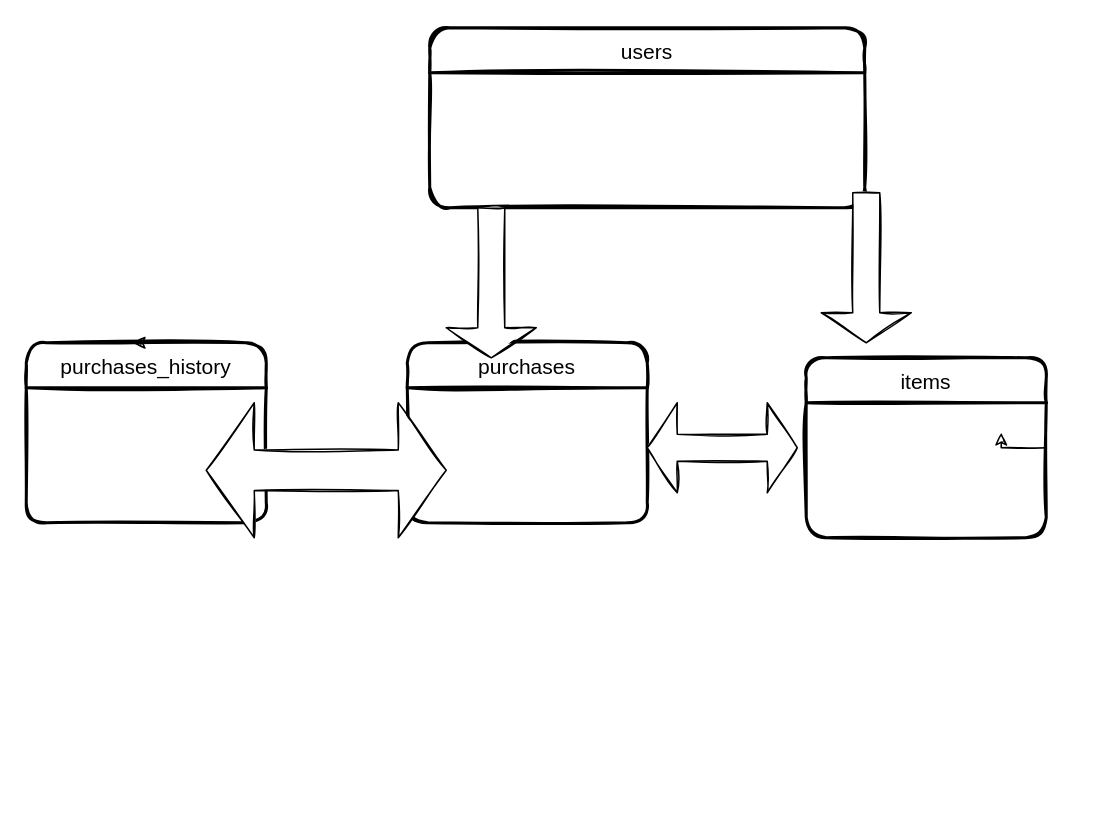
Before: furima.dio in marko-0016/furima-36405, a draw.io diagram. Source tidied: cells renumbered, new cells numbered last; positions are measured from the earlier drawing's top-left corner, leaving out a move shared by most shapes. Both pictures are drawn from the tidied source at 150%, with x=0, y=0 at pixel (26, 27).
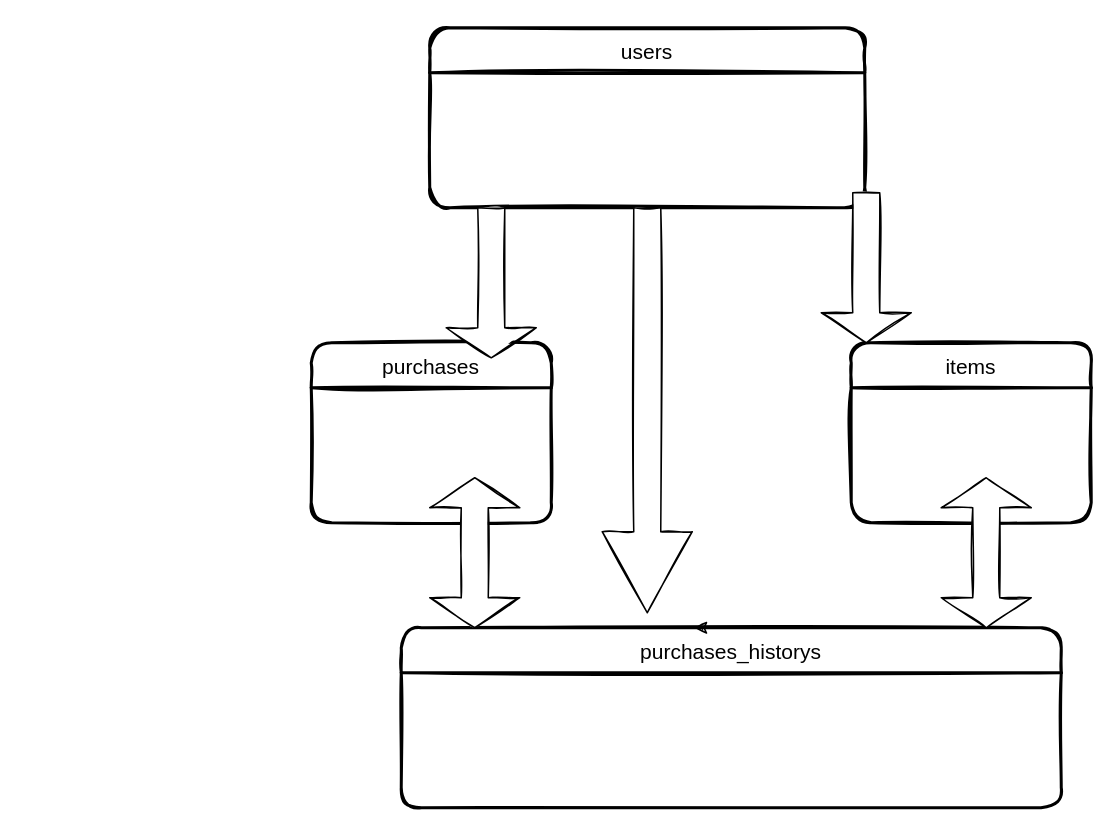
The same page after the edit.

Diff of the diagram source:
```diff
@@
 <mxGraphModel>
   <root>
     <mxCell id="0" />
     <mxCell id="1" parent="0" />
     <mxCell id="2" value="users" style="swimlane;horizontal=1;startSize=30;rounded=1;fontSize=14;fontStyle=0;strokeWidth=2;shadow=0;dashed=0;align=center;sketch=1;" parent="1" vertex="1">
       <mxGeometry x="269" width="290" height="120" as="geometry" />
     </mxCell>
-    <mxCell id="3" value="purchases_history" style="swimlane;horizontal=1;startSize=30;rounded=1;fontSize=14;fontStyle=0;strokeWidth=2;shadow=0;dashed=0;align=center;sketch=1;" parent="1" vertex="1">
-      <mxGeometry y="210" width="160" height="120" as="geometry" />
+    <mxCell id="3" value="purchases_historys" style="swimlane;horizontal=1;startSize=30;rounded=1;fontSize=14;fontStyle=0;strokeWidth=2;shadow=0;dashed=0;align=center;sketch=1;" parent="1" vertex="1">
+      <mxGeometry x="250" y="400" width="440" height="120" as="geometry" />
     </mxCell>
-    <mxCell id="4" style="edgeStyle=orthogonalEdgeStyle;rounded=0;sketch=1;jettySize=auto;html=1;exitX=1;exitY=0.5;exitDx=0;exitDy=0;" parent="1" edge="1" source="5">
-      <mxGeometry relative="1" as="geometry">
-        <mxPoint x="650" y="270" as="targetPoint" />
-      </mxGeometry>
-    </mxCell>
     <mxCell id="5" value="items" style="swimlane;horizontal=1;startSize=30;rounded=1;fontSize=14;fontStyle=0;strokeWidth=2;shadow=0;dashed=0;align=center;sketch=1;" parent="1" vertex="1">
-      <mxGeometry x="520" y="220" width="160" height="120" as="geometry" />
+      <mxGeometry x="550" y="210" width="160" height="120" as="geometry" />
     </mxCell>
     <mxCell id="6" value="purchases" style="swimlane;horizontal=1;startSize=30;rounded=1;fontSize=14;fontStyle=0;strokeWidth=2;shadow=0;dashed=0;align=center;sketch=1;" parent="1" vertex="1">
-      <mxGeometry x="254" y="210" width="160" height="120" as="geometry" />
+      <mxGeometry x="190" y="210" width="160" height="120" as="geometry" />
     </mxCell>
     <mxCell id="7" style="edgeStyle=orthogonalEdgeStyle;rounded=0;orthogonalLoop=1;jettySize=auto;html=1;exitX=0.5;exitY=0;exitDx=0;exitDy=0;entryX=0.444;entryY=-0.008;entryDx=0;entryDy=0;entryPerimeter=0;sketch=1;" parent="1" edge="1" source="3" target="3">
       <mxGeometry relative="1" as="geometry" />
     </mxCell>
     <mxCell id="8" style="shape=singleArrow;direction=south;whiteSpace=wrap;html=1;sketch=1;" parent="1" vertex="1">
       <mxGeometry x="280" y="120" width="60" height="100" as="geometry" />
     </mxCell>
     <mxCell id="9" style="shape=singleArrow;direction=south;whiteSpace=wrap;html=1;sketch=1;" parent="1" vertex="1">
       <mxGeometry x="530" y="110" width="60" height="100" as="geometry" />
     </mxCell>
-    <mxCell id="10" style="shape=doubleArrow;whiteSpace=wrap;html=1;sketch=1;" parent="1" vertex="1">
-      <mxGeometry x="414" y="250" width="100" height="60" as="geometry" />
-    </mxCell>
-    <mxCell id="11" style="shape=doubleArrow;whiteSpace=wrap;html=1;sketch=1;" parent="1" vertex="1">
-      <mxGeometry x="120" y="250" width="160" height="90" as="geometry" />
-    </mxCell>
+    <mxCell id="12" style="shape=doubleArrow;direction=south;whiteSpace=wrap;html=1;sketch=1;" parent="1" vertex="1">
+      <mxGeometry x="269" y="300" width="60" height="100" as="geometry" />
+    </mxCell>
+    <mxCell id="13" style="shape=doubleArrow;direction=south;whiteSpace=wrap;html=1;sketch=1;" parent="1" vertex="1">
+      <mxGeometry x="610" y="300" width="60" height="100" as="geometry" />
+    </mxCell>
+    <mxCell id="14" style="shape=singleArrow;direction=south;whiteSpace=wrap;html=1;sketch=1;" parent="1" vertex="1">
+      <mxGeometry x="384" y="120" width="60" height="270" as="geometry" />
+    </mxCell>
   </root>
 </mxGraphModel>
```
